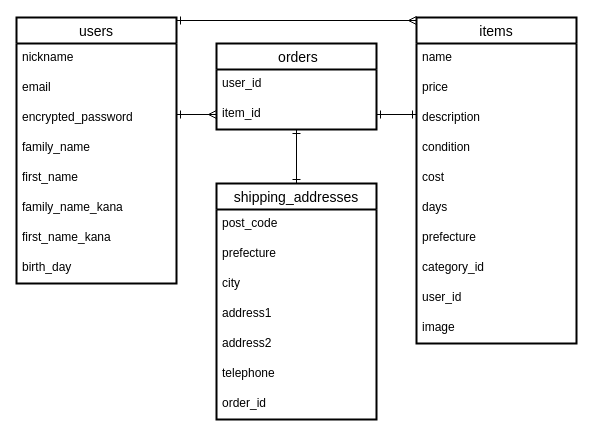
This is test.dio from pizza-narie/furima-38461, a draw.io file, before an edit. Source tidied: cells renumbered, new cells numbered last; positions are measured from the earlier drawing's top-left corner, leaving out a move shared by most shapes. Both pictures are drawn from the tidied source at 100%, with x=0, y=0 at pixel (16, 17).
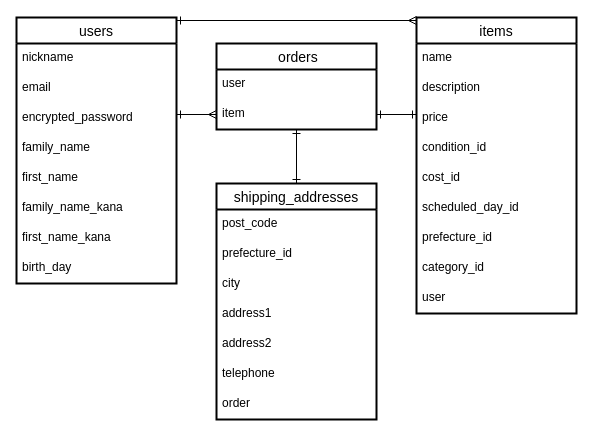
Above is the later version.

Commit message (it also covers changes not shown here):
データベース設計_修正

Unchanged cells that the change refers to:
```xml
<mxCell id="23" value=" orders" style="swimlane;fontStyle=0;horizontal=1;startSize=26;align=center;fontSize=14;strokeWidth=2;" parent="1" vertex="1">
  <mxGeometry x="200" y="26" width="160" height="86" as="geometry" />
</mxCell>
<mxCell id="27" value="shipping_addresses" style="swimlane;fontStyle=0;horizontal=1;startSize=26;align=center;fontSize=14;strokeWidth=2;" parent="1" vertex="1">
  <mxGeometry x="200" y="166" width="160" height="236" as="geometry" />
</mxCell>
```

What changed in the source:
```diff
@@
     <mxCell id="11" value="items" style="swimlane;fontStyle=0;horizontal=1;startSize=26;align=center;fontSize=14;strokeWidth=2;" parent="1" vertex="1">
-      <mxGeometry x="400" width="160" height="326" as="geometry" />
+      <mxGeometry x="400" width="160" height="296" as="geometry" />
     </mxCell>
@@
+    <mxCell id="14" value="description" style="text;strokeColor=none;fillColor=none;spacingLeft=4;spacingRight=4;overflow=hidden;fontSize=12;" parent="11" vertex="1">
+      <mxGeometry y="56" width="160" height="30" as="geometry" />
+    </mxCell>
     <mxCell id="13" value="price" style="text;strokeColor=none;fillColor=none;spacingLeft=4;spacingRight=4;overflow=hidden;fontSize=12;" parent="11" vertex="1">
-      <mxGeometry y="56" width="160" height="30" as="geometry" />
+      <mxGeometry y="86" width="160" height="30" as="geometry" />
     </mxCell>
-    <mxCell id="14" value="description" style="text;strokeColor=none;fillColor=none;spacingLeft=4;spacingRight=4;overflow=hidden;fontSize=12;" parent="11" vertex="1">
-      <mxGeometry y="86" width="160" height="30" as="geometry" />
-    </mxCell>
-    <mxCell id="15" value="condition" style="text;strokeColor=none;fillColor=none;spacingLeft=4;spacingRight=4;overflow=hidden;fontSize=12;" parent="11" vertex="1">
+    <mxCell id="15" value="condition_id" style="text;strokeColor=none;fillColor=none;spacingLeft=4;spacingRight=4;overflow=hidden;fontSize=12;" parent="11" vertex="1">
       <mxGeometry y="116" width="160" height="30" as="geometry" />
     </mxCell>
-    <mxCell id="16" value="cost" style="text;strokeColor=none;fillColor=none;spacingLeft=4;spacingRight=4;overflow=hidden;fontSize=12;" parent="11" vertex="1">
+    <mxCell id="16" value="cost_id" style="text;strokeColor=none;fillColor=none;spacingLeft=4;spacingRight=4;overflow=hidden;fontSize=12;" parent="11" vertex="1">
       <mxGeometry y="146" width="160" height="30" as="geometry" />
     </mxCell>
-    <mxCell id="17" value="days" style="text;strokeColor=none;fillColor=none;spacingLeft=4;spacingRight=4;overflow=hidden;fontSize=12;" parent="11" vertex="1">
+    <mxCell id="17" value="scheduled_day_id" style="text;strokeColor=none;fillColor=none;spacingLeft=4;spacingRight=4;overflow=hidden;fontSize=12;" parent="11" vertex="1">
       <mxGeometry y="176" width="160" height="30" as="geometry" />
     </mxCell>
-    <mxCell id="18" value="prefecture" style="text;strokeColor=none;fillColor=none;spacingLeft=4;spacingRight=4;overflow=hidden;fontSize=12;" parent="11" vertex="1">
+    <mxCell id="18" value="prefecture_id" style="text;strokeColor=none;fillColor=none;spacingLeft=4;spacingRight=4;overflow=hidden;fontSize=12;" parent="11" vertex="1">
       <mxGeometry y="206" width="160" height="30" as="geometry" />
     </mxCell>
@@
-    <mxCell id="20" value="user_id" style="text;strokeColor=none;fillColor=none;spacingLeft=4;spacingRight=4;overflow=hidden;fontSize=12;" parent="11" vertex="1">
+    <mxCell id="20" value="user" style="text;strokeColor=none;fillColor=none;spacingLeft=4;spacingRight=4;overflow=hidden;fontSize=12;" parent="11" vertex="1">
       <mxGeometry y="266" width="160" height="30" as="geometry" />
     </mxCell>
-    <mxCell id="21" value="image" style="text;strokeColor=none;fillColor=none;spacingLeft=4;spacingRight=4;overflow=hidden;fontSize=12;" parent="11" vertex="1">
-      <mxGeometry y="296" width="160" height="30" as="geometry" />
-    </mxCell>
@@
-    <mxCell id="24" value="user_id" style="text;strokeColor=none;fillColor=none;spacingLeft=4;spacingRight=4;overflow=hidden;fontSize=12;rounded=0;shadow=0;glass=0;sketch=0;" parent="23" vertex="1">
+    <mxCell id="24" value="user" style="text;strokeColor=none;fillColor=none;spacingLeft=4;spacingRight=4;overflow=hidden;fontSize=12;rounded=0;shadow=0;glass=0;sketch=0;" parent="23" vertex="1">
       <mxGeometry y="26" width="160" height="30" as="geometry" />
     </mxCell>
-    <mxCell id="25" value="item_id" style="text;strokeColor=none;fillColor=none;spacingLeft=4;spacingRight=4;overflow=hidden;points=[[0,0.5],[1,0.5]];portConstraint=eastwest;fontSize=12;rounded=0;shadow=0;glass=0;sketch=0;" parent="23" vertex="1">
+    <mxCell id="25" value="item" style="text;strokeColor=none;fillColor=none;spacingLeft=4;spacingRight=4;overflow=hidden;points=[[0,0.5],[1,0.5]];portConstraint=eastwest;fontSize=12;rounded=0;shadow=0;glass=0;sketch=0;" parent="23" vertex="1">
       <mxGeometry y="56" width="160" height="30" as="geometry" />
     </mxCell>
@@
-    <mxCell id="29" value="prefecture" style="text;strokeColor=none;fillColor=none;spacingLeft=4;spacingRight=4;overflow=hidden;fontSize=12;" parent="27" vertex="1">
+    <mxCell id="29" value="prefecture_id" style="text;strokeColor=none;fillColor=none;spacingLeft=4;spacingRight=4;overflow=hidden;fontSize=12;" parent="27" vertex="1">
       <mxGeometry y="56" width="160" height="30" as="geometry" />
     </mxCell>
@@
-    <mxCell id="34" value="order_id" style="text;strokeColor=none;fillColor=none;spacingLeft=4;spacingRight=4;overflow=hidden;fontSize=12;" parent="27" vertex="1">
+    <mxCell id="34" value="order" style="text;strokeColor=none;fillColor=none;spacingLeft=4;spacingRight=4;overflow=hidden;fontSize=12;" parent="27" vertex="1">
       <mxGeometry y="206" width="160" height="30" as="geometry" />
     </mxCell>
```
